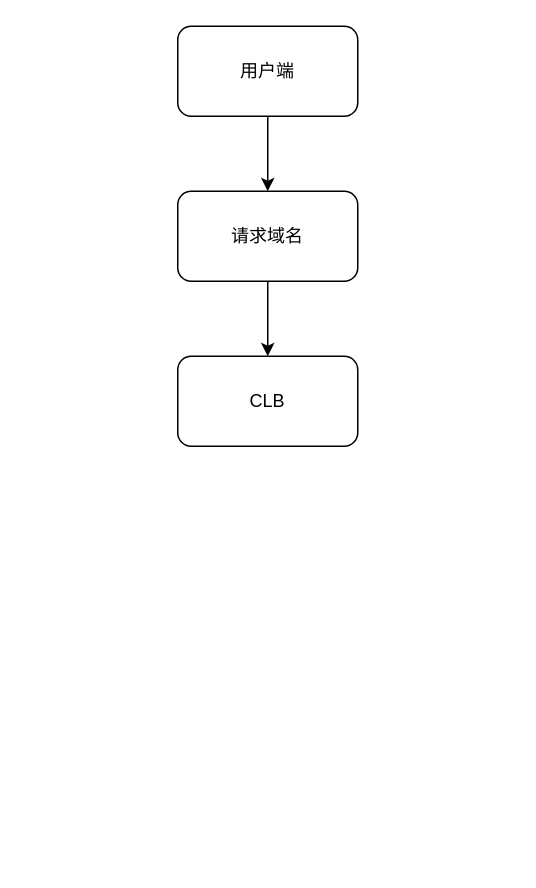
Earlier version of the draw.io diagram ops-framework.drawio (Henryblankwu/cmdb). Source tidied: cells renumbered, new cells numbered last; positions are measured from the earlier drawing's top-left corner, leaving out a move shared by most shapes. Both pictures are drawn from the tidied source at 150%, with x=0, y=0 at pixel (177, 26).
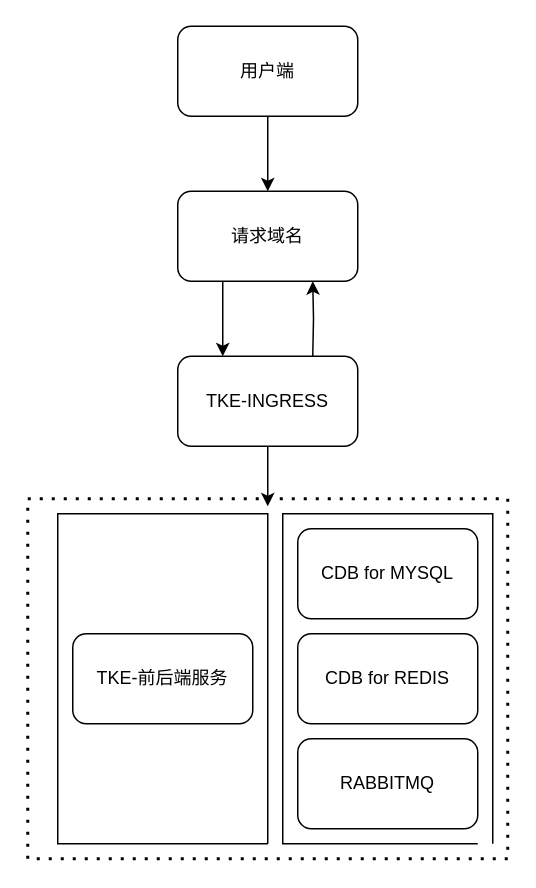
After the change.

The change refers to these unchanged cells:
```xml
<mxCell id="4" value="请求域名" style="rounded=1;whiteSpace=wrap;html=1;" parent="1" vertex="1">
  <mxGeometry y="110" width="120" height="60" as="geometry" />
</mxCell>
```

Change to the diagram source:
```diff
@@
-    <mxCell id="3" style="edgeStyle=orthogonalEdgeStyle;rounded=0;jettySize=auto;html=1;exitX=0.5;exitY=1;exitDx=0;exitDy=0;entryX=0.5;entryY=0;entryDx=0;entryDy=0;" parent="1" edge="1" source="4" target="6">
-      <mxGeometry relative="1" as="geometry" />
-    </mxCell>
+    <mxCell id="7" style="edgeStyle=orthogonalEdgeStyle;rounded=0;jettySize=auto;html=1;exitX=0.25;exitY=1;exitDx=0;exitDy=0;entryX=0.25;entryY=0;entryDx=0;entryDy=0;" parent="1" edge="1" source="4">
+      <mxGeometry relative="1" as="geometry">
+        <mxPoint x="30" y="220" as="targetPoint" />
+      </mxGeometry>
+    </mxCell>
@@
-    <mxCell id="6" value="CLB" style="rounded=1;whiteSpace=wrap;html=1;" parent="1" vertex="1">
-      <mxGeometry y="220" width="120" height="60" as="geometry" />
-    </mxCell>
+    <mxCell id="8" style="edgeStyle=orthogonalEdgeStyle;rounded=0;jettySize=auto;html=1;exitX=0.75;exitY=0;exitDx=0;exitDy=0;entryX=0.75;entryY=1;entryDx=0;entryDy=0;" parent="1" edge="1" target="4">
+      <mxGeometry relative="1" as="geometry">
+        <mxPoint x="90" y="220" as="sourcePoint" />
+      </mxGeometry>
+    </mxCell>
+    <mxCell id="9" style="edgeStyle=orthogonalEdgeStyle;rounded=0;jettySize=auto;html=1;exitX=0.5;exitY=1;exitDx=0;exitDy=0;" parent="1" edge="1" source="10">
+      <mxGeometry relative="1" as="geometry">
+        <mxPoint x="60" y="320" as="targetPoint" />
+      </mxGeometry>
+    </mxCell>
+    <mxCell id="10" value="TKE-INGRESS" style="rounded=1;whiteSpace=wrap;html=1;" parent="1" vertex="1">
+      <mxGeometry y="220" width="120" height="60" as="geometry" />
+    </mxCell>
+    <mxCell id="11" value="TKE-前后端服务" style="rounded=1;whiteSpace=wrap;html=1;" parent="1" vertex="1">
+      <mxGeometry x="-70" y="405" width="120" height="60" as="geometry" />
+    </mxCell>
+    <mxCell id="12" value="CDB for MYSQL" style="rounded=1;whiteSpace=wrap;html=1;" parent="1" vertex="1">
+      <mxGeometry x="80" y="335" width="120" height="60" as="geometry" />
+    </mxCell>
+    <mxCell id="13" value="CDB for REDIS" style="rounded=1;whiteSpace=wrap;html=1;" parent="1" vertex="1">
+      <mxGeometry x="80" y="405" width="120" height="60" as="geometry" />
+    </mxCell>
+    <mxCell id="14" value="RABBITMQ" style="rounded=1;whiteSpace=wrap;html=1;" parent="1" vertex="1">
+      <mxGeometry x="80" y="475" width="120" height="60" as="geometry" />
+    </mxCell>
+    <mxCell id="15" style="endArrow=none;dashed=1;html=1;dashPattern=1 3;strokeWidth=2;rounded=0;" parent="1" edge="1">
+      <mxGeometry relative="1" as="geometry">
+        <mxPoint x="220" y="555" as="sourcePoint" />
+        <mxPoint x="220" y="555" as="targetPoint" />
+        <Array as="points">
+          <mxPoint x="-100" y="555" />
+          <mxPoint x="-100" y="315" />
+          <mxPoint x="220" y="315" />
+        </Array>
+      </mxGeometry>
+    </mxCell>
+    <mxCell id="16" style="endArrow=none;html=1;rounded=0;" parent="1" edge="1">
+      <mxGeometry relative="1" as="geometry">
+        <mxPoint x="200" y="545" as="sourcePoint" />
+        <mxPoint x="210" y="545" as="targetPoint" />
+        <Array as="points">
+          <mxPoint x="70" y="545" />
+          <mxPoint x="70" y="325" />
+          <mxPoint x="210" y="325" />
+        </Array>
+      </mxGeometry>
+    </mxCell>
+    <mxCell id="17" style="endArrow=none;html=1;rounded=0;" parent="1" edge="1">
+      <mxGeometry relative="1" as="geometry">
+        <mxPoint x="60" y="545" as="sourcePoint" />
+        <mxPoint x="60" y="545" as="targetPoint" />
+        <Array as="points">
+          <mxPoint x="-80" y="545" />
+          <mxPoint x="-80" y="325" />
+          <mxPoint x="60" y="325" />
+        </Array>
+      </mxGeometry>
+    </mxCell>
```
